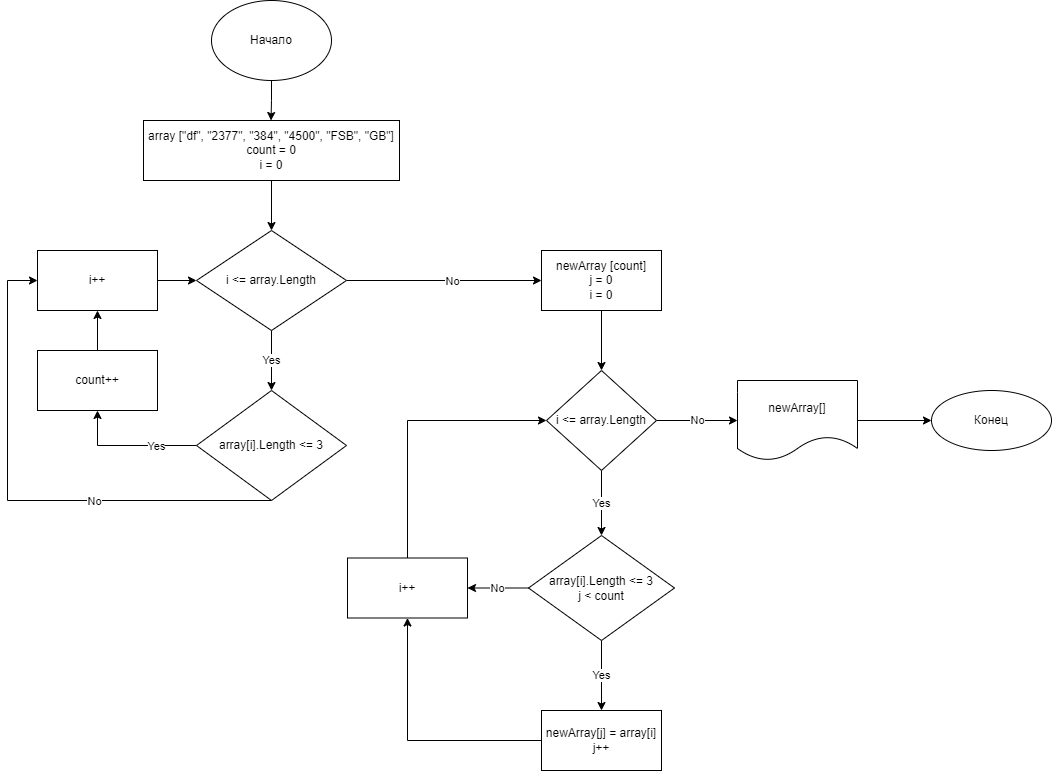
Earlier version of the draw.io export Test_algorithm.drawio.png (VitaliyTri/Test_01). Source tidied: cells renumbered, new cells last; positions are measured from the earlier drawing's top-left corner, leaving out a move shared by most shapes.
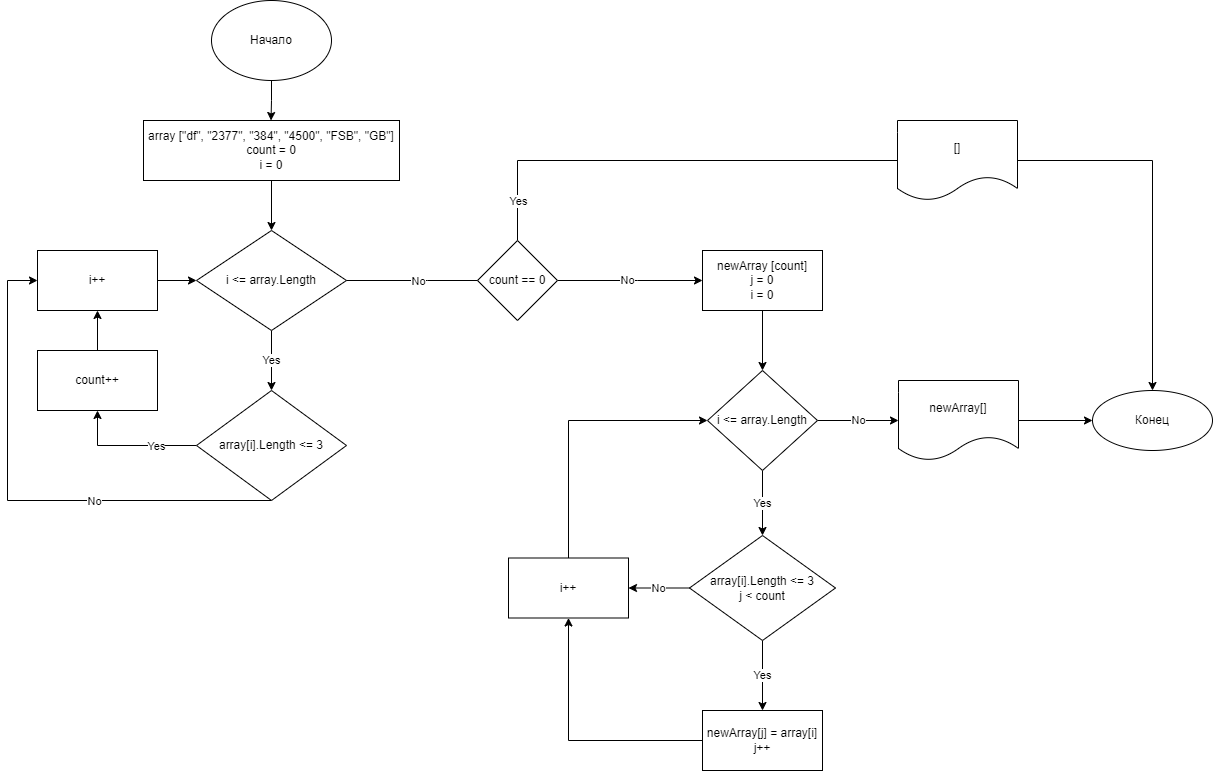
Later version of the same file.

What changed in the source:
```diff
@@ -4,36 +4,41 @@
     <mxCell id="1" parent="0" />
     <mxCell id="2" style="edgeStyle=orthogonalEdgeStyle;rounded=0;jettySize=auto;html=1;exitX=0.5;exitY=1;exitDx=0;exitDy=0;entryX=0.5;entryY=0;entryDx=0;entryDy=0;" parent="1" edge="1" source="3">
       <mxGeometry relative="1" as="geometry">
-        <mxPoint x="263.5" y="120" as="targetPoint" />
+        <mxPoint x="102.5" y="120" as="targetPoint" />
       </mxGeometry>
     </mxCell>
     <mxCell id="3" value="Начало" style="ellipse;whiteSpace=wrap;html=1;" parent="1" vertex="1">
-      <mxGeometry x="204" width="120" height="80" as="geometry" />
+      <mxGeometry x="43" width="120" height="80" as="geometry" />
     </mxCell>
     <mxCell id="4" style="edgeStyle=orthogonalEdgeStyle;rounded=0;jettySize=auto;html=1;" parent="1" edge="1" source="5" target="9">
       <mxGeometry relative="1" as="geometry" />
     </mxCell>
     <mxCell id="5" value="array [&quot;df&quot;, &quot;2377&quot;, &quot;384&quot;, &quot;4500&quot;, &quot;FSB&quot;, &quot;GB&quot;]&lt;br&gt;count = 0&lt;br&gt;i = 0" style="rounded=0;whiteSpace=wrap;html=1;" parent="1" vertex="1">
-      <mxGeometry x="136" y="120" width="256" height="60" as="geometry" />
+      <mxGeometry x="-25" y="120" width="256" height="60" as="geometry" />
     </mxCell>
     <mxCell id="6" value="Yes" style="edgeStyle=orthogonalEdgeStyle;rounded=0;jettySize=auto;html=1;" parent="1" edge="1" source="9" target="14">
       <mxGeometry relative="1" as="geometry" />
     </mxCell>
-    <mxCell id="7" style="edgeStyle=orthogonalEdgeStyle;rounded=0;jettySize=auto;html=1;" parent="1" edge="1" source="9" target="20">
-      <mxGeometry relative="1" as="geometry" />
+    <mxCell id="7" value="No" style="edgeStyle=orthogonalEdgeStyle;rounded=0;jettySize=auto;html=1;exitX=1;exitY=0.5;exitDx=0;exitDy=0;startArrow=none;" parent="1" edge="1" source="36" target="20">
+      <mxGeometry x="-0.03" relative="1" as="geometry">
+        <Array as="points">
+          <mxPoint x="469" y="280" />
+          <mxPoint x="469" y="280" />
+        </Array>
+      </mxGeometry>
     </mxCell>
     <mxCell id="8" value="No" style="edgeLabel;html=1;align=center;verticalAlign=middle;" parent="7" vertex="1">
       <mxGeometry x="0.28" y="-1" relative="1" as="geometry">
-        <mxPoint x="-20" y="-1" as="offset" />
+        <mxPoint x="-158" y="-1" as="offset" />
       </mxGeometry>
     </mxCell>
     <mxCell id="9" value="i &amp;lt;= array.Length" style="rhombus;whiteSpace=wrap;html=1;rounded=0;" parent="1" vertex="1">
-      <mxGeometry x="189" y="230" width="150" height="100" as="geometry" />
+      <mxGeometry x="28" y="230" width="150" height="100" as="geometry" />
     </mxCell>
     <mxCell id="10" style="edgeStyle=orthogonalEdgeStyle;rounded=0;jettySize=auto;html=1;" parent="1" edge="1" source="14" target="16">
       <mxGeometry relative="1" as="geometry">
         <Array as="points">
-          <mxPoint x="90" y="445" />
+          <mxPoint x="-71" y="445" />
         </Array>
       </mxGeometry>
     </mxCell>
@@ -45,8 +50,8 @@
     <mxCell id="12" style="edgeStyle=orthogonalEdgeStyle;rounded=0;jettySize=auto;html=1;" parent="1" edge="1" source="14" target="18">
       <mxGeometry relative="1" as="geometry">
         <Array as="points">
-          <mxPoint y="500" />
-          <mxPoint y="280" />
+          <mxPoint x="-161" y="500" />
+          <mxPoint x="-161" y="280" />
         </Array>
       </mxGeometry>
     </mxCell>
@@ -56,19 +61,19 @@
       </mxGeometry>
     </mxCell>
     <mxCell id="14" value="array[i].Length &amp;lt;= 3" style="rhombus;whiteSpace=wrap;html=1;rounded=0;" parent="1" vertex="1">
-      <mxGeometry x="189" y="390" width="150" height="110" as="geometry" />
+      <mxGeometry x="28" y="390" width="150" height="110" as="geometry" />
     </mxCell>
     <mxCell id="15" style="edgeStyle=orthogonalEdgeStyle;rounded=0;jettySize=auto;html=1;entryX=0.5;entryY=1;entryDx=0;entryDy=0;" parent="1" edge="1" source="16" target="18">
       <mxGeometry relative="1" as="geometry" />
     </mxCell>
     <mxCell id="16" value="count++" style="whiteSpace=wrap;html=1;rounded=0;" parent="1" vertex="1">
-      <mxGeometry x="30" y="350" width="120" height="60" as="geometry" />
+      <mxGeometry x="-131" y="350" width="120" height="60" as="geometry" />
     </mxCell>
     <mxCell id="17" style="edgeStyle=orthogonalEdgeStyle;rounded=0;jettySize=auto;html=1;" parent="1" edge="1" source="18" target="9">
       <mxGeometry relative="1" as="geometry" />
     </mxCell>
     <mxCell id="18" value="i++" style="whiteSpace=wrap;html=1;rounded=0;" parent="1" vertex="1">
-      <mxGeometry x="30" y="250" width="120" height="60" as="geometry" />
+      <mxGeometry x="-131" y="250" width="120" height="60" as="geometry" />
     </mxCell>
     <mxCell id="19" style="edgeStyle=orthogonalEdgeStyle;rounded=0;jettySize=auto;html=1;" parent="1" edge="1" source="20" target="23">
       <mxGeometry relative="1" as="geometry" />
@@ -119,5 +124,37 @@
     <mxCell id="33" value="newArray[]" style="shape=document;whiteSpace=wrap;html=1;boundedLbl=1;" parent="1" vertex="1">
       <mxGeometry x="730" y="380" width="120" height="80" as="geometry" />
     </mxCell>
+    <mxCell id="34" style="edgeStyle=orthogonalEdgeStyle;rounded=0;jettySize=auto;html=1;entryX=0.5;entryY=0;entryDx=0;entryDy=0;" parent="1" edge="1" source="36" target="31">
+      <mxGeometry relative="1" as="geometry">
+        <Array as="points">
+          <mxPoint x="349" y="160" />
+          <mxPoint x="984" y="160" />
+        </Array>
+      </mxGeometry>
+    </mxCell>
+    <mxCell id="35" value="Yes" style="edgeLabel;html=1;align=center;verticalAlign=middle;" parent="34" vertex="1">
+      <mxGeometry x="-0.88" y="-1" relative="1" as="geometry">
+        <mxPoint x="-1" y="15" as="offset" />
+      </mxGeometry>
+    </mxCell>
+    <mxCell id="36" value="count == 0" style="rhombus;whiteSpace=wrap;html=1;" parent="1" vertex="1">
+      <mxGeometry x="309" y="240" width="80" height="80" as="geometry" />
+    </mxCell>
+    <mxCell id="37" style="edgeStyle=orthogonalEdgeStyle;rounded=0;jettySize=auto;html=1;exitX=1;exitY=0.5;exitDx=0;exitDy=0;endArrow=none;" parent="1" edge="1" source="9" target="36">
+      <mxGeometry x="0.58" relative="1" as="geometry">
+        <Array as="points">
+          <mxPoint x="259" y="280" />
+          <mxPoint x="259" y="280" />
+        </Array>
+      </mxGeometry>
+    </mxCell>
+    <mxCell id="38" value="No" style="edgeLabel;html=1;align=center;verticalAlign=middle;" parent="37" vertex="1">
+      <mxGeometry x="0.6" y="2" relative="1" as="geometry">
+        <mxPoint x="-34" y="2" as="offset" />
+      </mxGeometry>
+    </mxCell>
+    <mxCell id="39" value="[]" style="shape=document;whiteSpace=wrap;html=1;boundedLbl=1;" parent="1" vertex="1">
+      <mxGeometry x="729" y="120" width="120" height="80" as="geometry" />
+    </mxCell>
   </root>
 </mxGraphModel>
```
